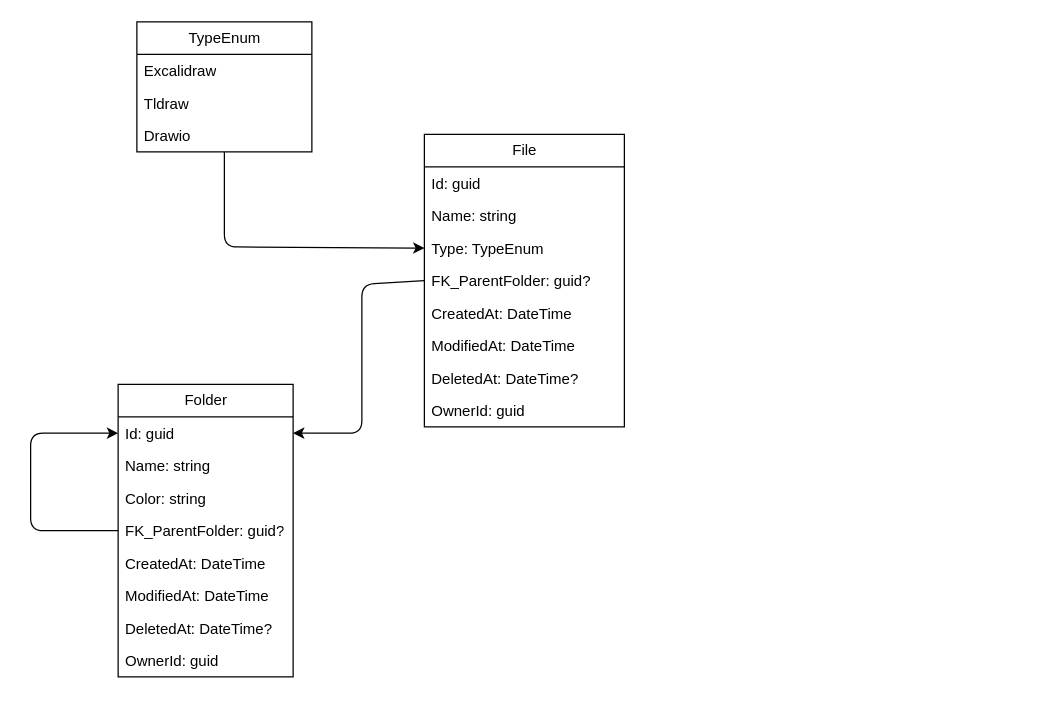
PatitoDev/ElPatoDraw keeps this draw.io diagram as docs/Architecture.drawio. Above is the earlier version. Source tidied: cells renumbered, new cells numbered last; positions are measured from the earlier drawing's top-left corner, leaving out a move shared by most shapes. Both pictures are drawn from the tidied source at 125%, with x=0, y=0 at pixel (30, 21).
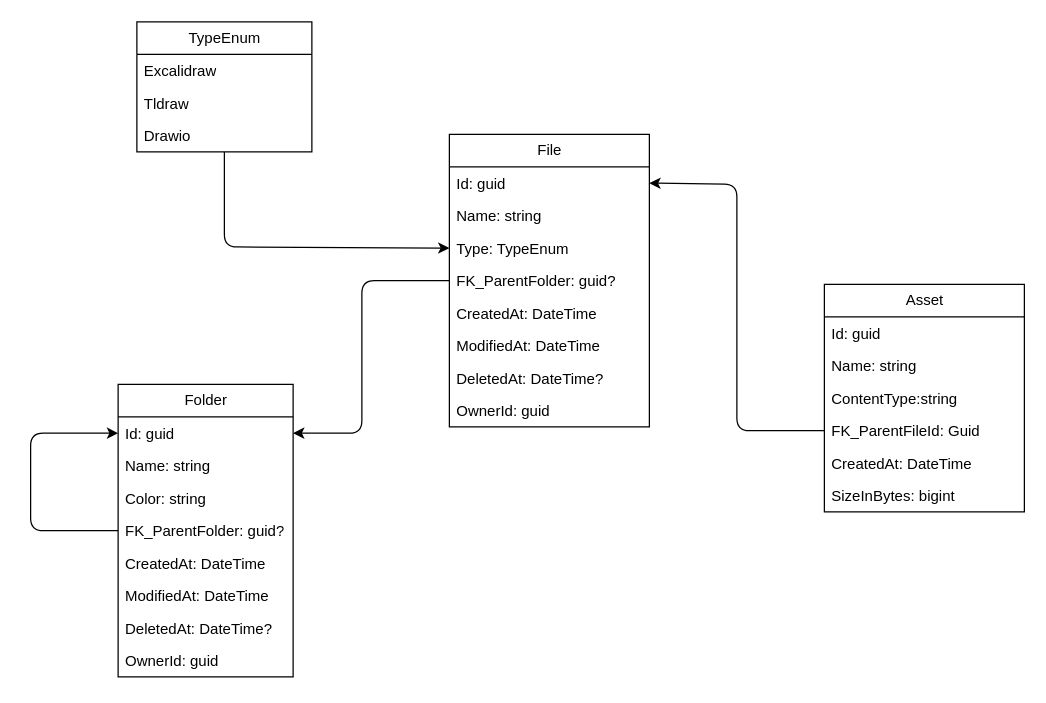
The same diagram, later.

Unchanged cells that the change refers to:
```xml
<mxCell id="3" value="Id: guid" style="text;strokeColor=none;fillColor=none;align=left;verticalAlign=top;spacingLeft=4;spacingRight=4;overflow=hidden;points=[[0,0.5],[1,0.5]];portConstraint=eastwest;whiteSpace=wrap;html=1;" parent="2" vertex="1">
  <mxGeometry y="26" width="160" height="26" as="geometry" />
</mxCell>
<mxCell id="6" value="FK_ParentFolder: guid?" style="text;strokeColor=none;fillColor=none;align=left;verticalAlign=top;spacingLeft=4;spacingRight=4;overflow=hidden;points=[[0,0.5],[1,0.5]];portConstraint=eastwest;whiteSpace=wrap;html=1;" parent="2" vertex="1">
  <mxGeometry y="104" width="160" height="26" as="geometry" />
</mxCell>
<mxCell id="17" value="Id: guid" style="text;strokeColor=none;fillColor=none;align=left;verticalAlign=top;spacingLeft=4;spacingRight=4;overflow=hidden;points=[[0,0.5],[1,0.5]];portConstraint=eastwest;whiteSpace=wrap;html=1;" parent="16" vertex="1">
  <mxGeometry y="26" width="140" height="26" as="geometry" />
</mxCell>
```

Change to the diagram source:
```diff
@@
     <mxCell id="2" value="File" style="swimlane;fontStyle=0;horizontal=1;startSize=26;fillColor=none;html=1;" parent="1" vertex="1">
-      <mxGeometry x="315" y="90" width="160" height="234" as="geometry" />
+      <mxGeometry x="335" y="90" width="160" height="234" as="geometry" />
     </mxCell>
@@
     <mxCell id="26" style="edgeStyle=none;html=1;entryX=1;entryY=0.5;entryDx=0;entryDy=0;exitX=0;exitY=0.5;exitDx=0;exitDy=0;" parent="1" edge="1" source="6" target="17">
       <mxGeometry relative="1" as="geometry">
         <Array as="points">
-          <mxPoint x="265" y="210" />
+          <mxPoint x="265" y="207" />
           <mxPoint x="265" y="329" />
         </Array>
       </mxGeometry>
     </mxCell>
+    <mxCell id="27" value="Asset" style="swimlane;fontStyle=0;horizontal=1;startSize=26;fillColor=none;html=1;" parent="1" vertex="1">
+      <mxGeometry x="635" y="210" width="160" height="182" as="geometry" />
+    </mxCell>
+    <mxCell id="28" value="Id: guid" style="text;strokeColor=none;fillColor=none;align=left;verticalAlign=top;spacingLeft=4;spacingRight=4;overflow=hidden;whiteSpace=wrap;html=1;" parent="27" vertex="1">
+      <mxGeometry y="26" width="160" height="26" as="geometry" />
+    </mxCell>
+    <mxCell id="29" value="Name: string" style="text;strokeColor=none;fillColor=none;align=left;verticalAlign=top;spacingLeft=4;spacingRight=4;overflow=hidden;whiteSpace=wrap;html=1;" parent="27" vertex="1">
+      <mxGeometry y="52" width="160" height="26" as="geometry" />
+    </mxCell>
+    <mxCell id="30" value="ContentType:string" style="text;strokeColor=none;fillColor=none;align=left;verticalAlign=top;spacingLeft=4;spacingRight=4;overflow=hidden;whiteSpace=wrap;html=1;" parent="27" vertex="1">
+      <mxGeometry y="78" width="160" height="26" as="geometry" />
+    </mxCell>
+    <mxCell id="31" value="FK_ParentFileId: Guid" style="text;strokeColor=none;fillColor=none;align=left;verticalAlign=top;spacingLeft=4;spacingRight=4;overflow=hidden;points=[[0,0.5],[1,0.5]];portConstraint=eastwest;whiteSpace=wrap;html=1;" parent="27" vertex="1">
+      <mxGeometry y="104" width="160" height="26" as="geometry" />
+    </mxCell>
+    <mxCell id="32" value="CreatedAt: DateTime" style="text;strokeColor=none;fillColor=none;align=left;verticalAlign=top;spacingLeft=4;spacingRight=4;overflow=hidden;whiteSpace=wrap;html=1;" parent="27" vertex="1">
+      <mxGeometry y="130" width="160" height="26" as="geometry" />
+    </mxCell>
+    <mxCell id="33" value="SizeInBytes: bigint" style="text;strokeColor=none;fillColor=none;align=left;verticalAlign=top;spacingLeft=4;spacingRight=4;overflow=hidden;whiteSpace=wrap;html=1;" parent="27" vertex="1">
+      <mxGeometry y="156" width="160" height="26" as="geometry" />
+    </mxCell>
+    <mxCell id="34" style="edgeStyle=none;html=1;entryX=1;entryY=0.5;entryDx=0;entryDy=0;exitX=0;exitY=0.5;exitDx=0;exitDy=0;" parent="1" edge="1" source="31" target="3">
+      <mxGeometry relative="1" as="geometry">
+        <Array as="points">
+          <mxPoint x="565" y="327" />
+          <mxPoint x="565" y="130" />
+        </Array>
+      </mxGeometry>
+    </mxCell>
```
